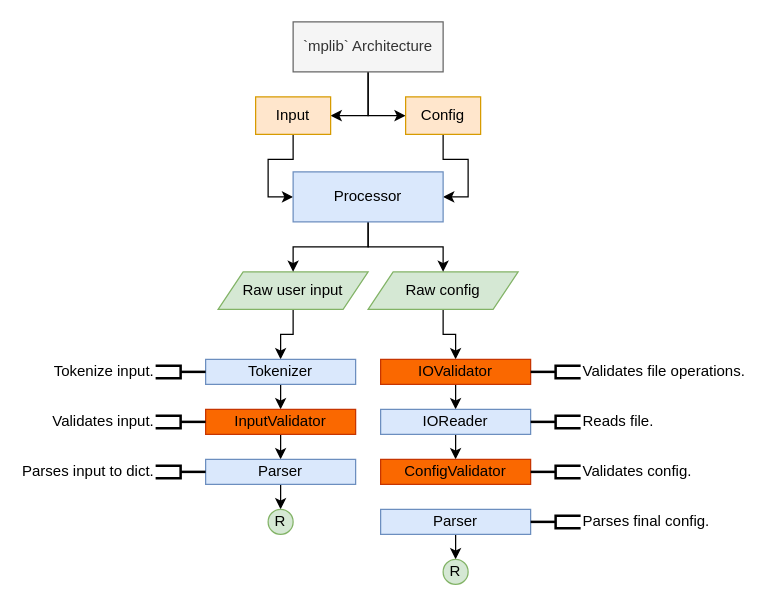
This is docs/assets/diagramm0.drawio from BesBobowyy/untils, a draw.io file, before an edit. Source tidied: cells renumbered, new cells numbered last; positions are measured from the earlier drawing's top-left corner, leaving out a move shared by most shapes. Both pictures are drawn from the tidied source at 125%, with x=0, y=0 at pixel (155, 21).
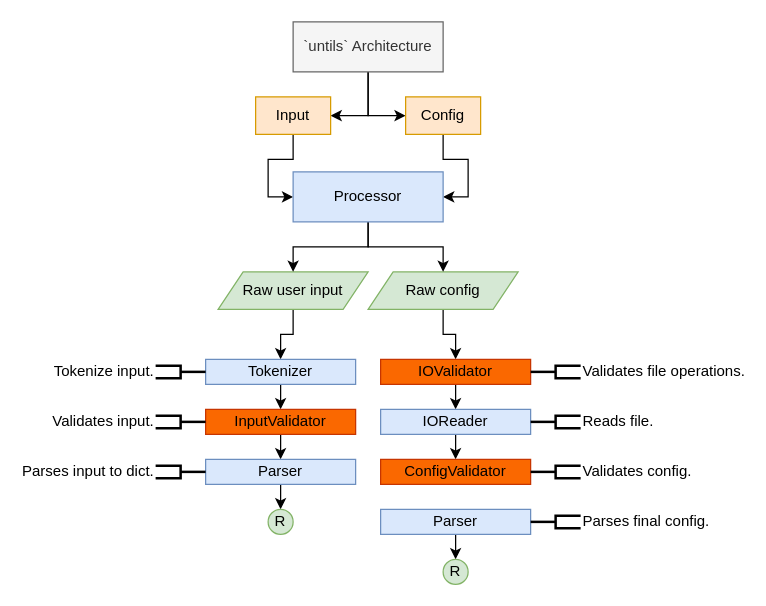
The same page after the edit.

Commit message (it also covers changes not shown here):
Migration from `mplib` to `untils`, because PyPi has a library with previous name.

The edit, as a diff of the source:
```diff
@@
-    <mxCell id="4" value="`mplib` Architecture" style="rounded=0;whiteSpace=wrap;html=1;fillColor=#f5f5f5;fontColor=#333333;strokeColor=#666666;" parent="1" vertex="1">
+    <mxCell id="4" value="`untils` Architecture" style="rounded=0;whiteSpace=wrap;html=1;fillColor=#f5f5f5;fontColor=#333333;strokeColor=#666666;" parent="1" vertex="1">
       <mxGeometry x="110" width="120" height="40" as="geometry" />
     </mxCell>
```
